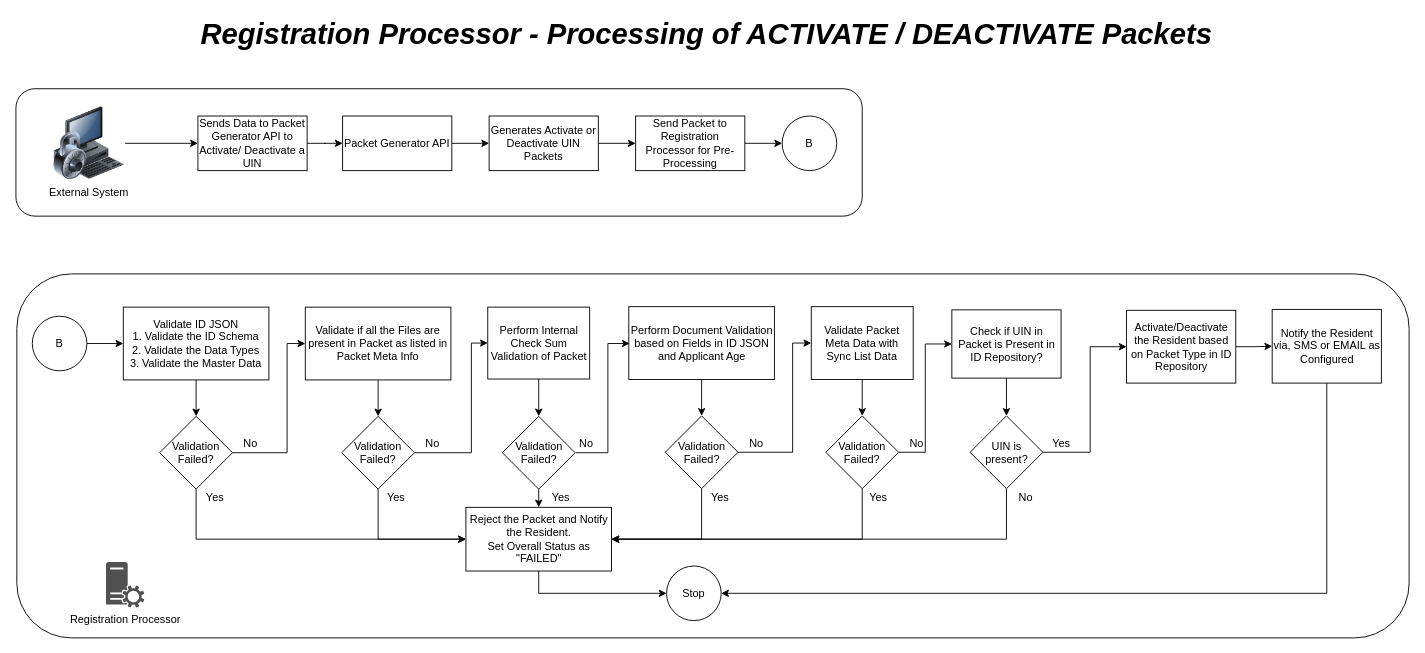
This is page "RP - Activate/Deactivate Packet Processing" (4 of 5) of docs/requirements/FinalProcessFlows/MOSIP_Process Flow 1.19 Reg Processor.drawio from mosip/registration-client, a draw.io file, before an edit. Source tidied: cells renumbered, new cells numbered last; positions are measured from the earlier drawing's top-left corner, leaving out a move shared by most shapes. Both pictures are drawn from the tidied source at 91%, with x=0, y=0 at pixel (15, 15).
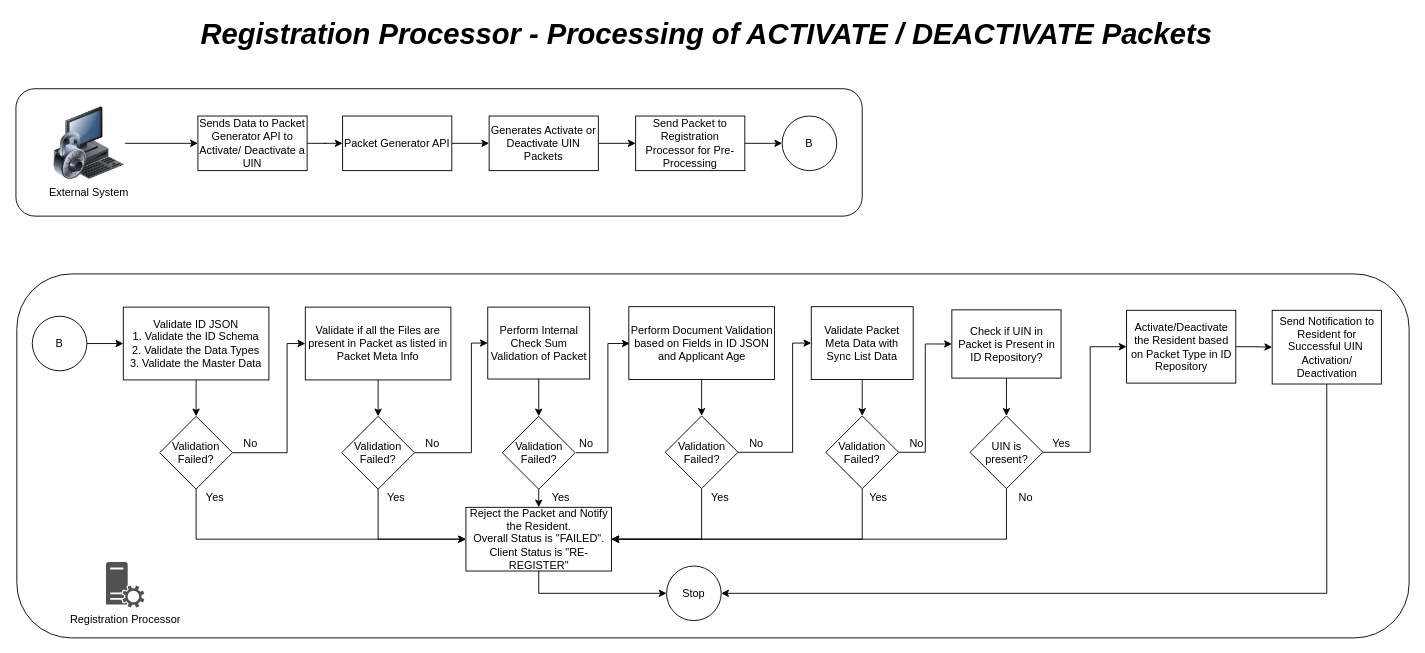
The same page after the edit.

What changed in the source:
```diff
@@
-    <mxCell id="33" value="Reject the Packet and Notify the Resident. &lt;br&gt;Set Overall Status as &quot;FAILED&quot;" style="rounded=0;whiteSpace=wrap;html=1;" parent="1" vertex="1">
+    <mxCell id="33" value="Reject the Packet and Notify the Resident. &lt;br&gt;Overall Status is &quot;FAILED&quot;.&lt;br&gt;Client Status is &quot;RE-REGISTER&quot;&lt;br&gt;" style="rounded=0;whiteSpace=wrap;html=1;" parent="1" vertex="1">
       <mxGeometry x="494.5" y="540" width="160" height="70" as="geometry" />
     </mxCell>
@@
-    <mxCell id="55" value="Notify the Resident via, SMS or EMAIL as Configured" style="rounded=0;whiteSpace=wrap;html=1;fillColor=#ffffff;" parent="1" vertex="1">
-      <mxGeometry x="1380.5" y="322.5" width="120" height="81" as="geometry" />
+    <mxCell id="55" value="Send Notification to Resident for Successful UIN&amp;nbsp; Activation/ Deactivation" style="rounded=0;whiteSpace=wrap;html=1;fillColor=#ffffff;" parent="1" vertex="1">
+      <mxGeometry x="1380.5" y="323.5" width="120" height="81" as="geometry" />
     </mxCell>
```
